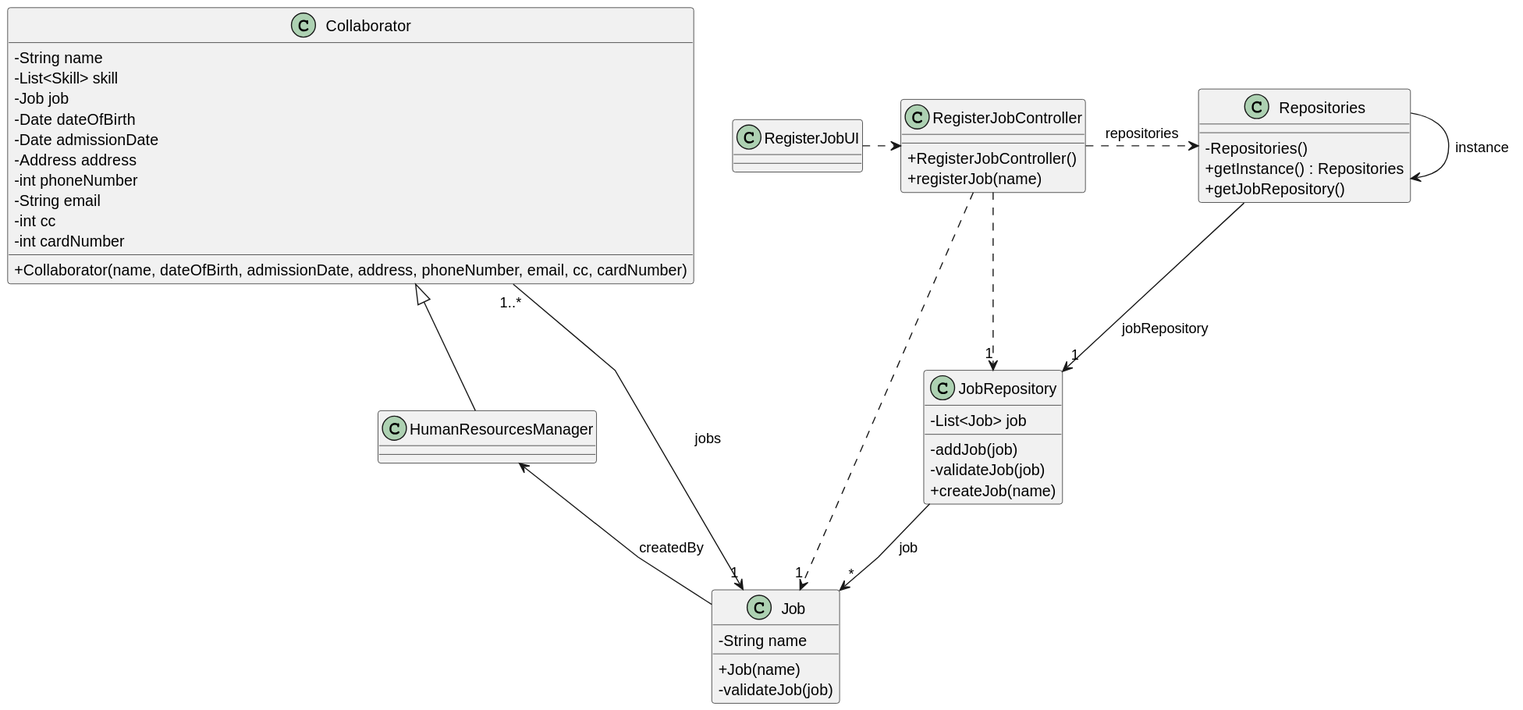
This is docs/sprint2/us02/03.design/svg/us02-class-diagram.svg from Departamento-de-Engenharia-Informatica/lei-24-s2-1db-g022, a PlantUML export, as it was before one commit.
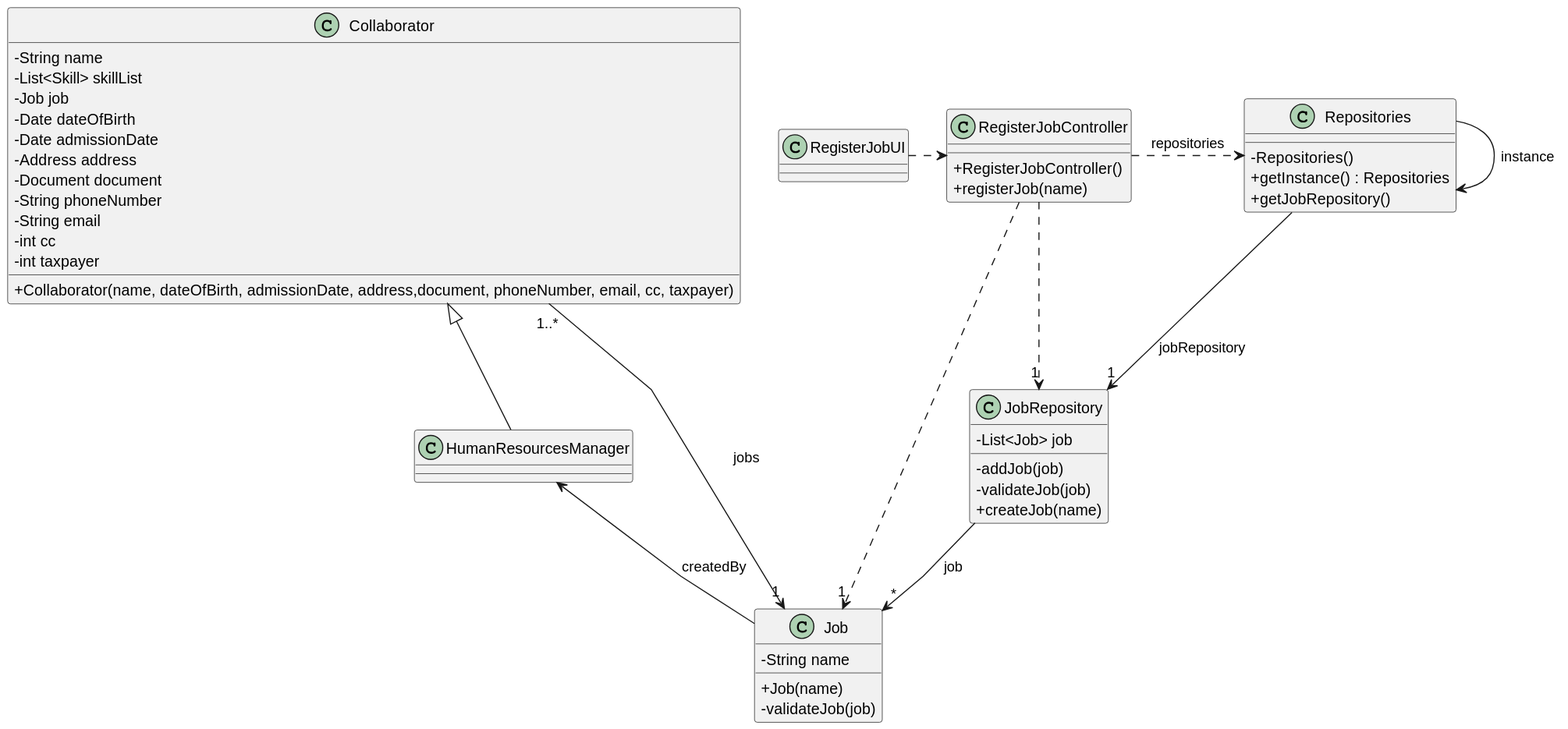
The same file after the commit.

Commit message:
correction class diagram of US01, US02 ,US05 and US06 svg image creation for the same US's

What changed in the source:
```diff
@@ -24,17 +24,18 @@
 
 class Collaborator {
     -String name
-    -List<Skill> skill
+    -List<Skill> skillList
     -Job job
     -Date dateOfBirth
     -Date admissionDate
     -Address address
-    -int phoneNumber
+    -Document document
+    -String phoneNumber
     -String email
     -int cc
-    -int cardNumber
+    -int taxpayer
 
-    +Collaborator(name, dateOfBirth, admissionDate, address, phoneNumber, email, cc, cardNumber)
+    + Collaborator(name, dateOfBirth, admissionDate, address,document, phoneNumber, email, cc, taxpayer)
 }
 
 class HumanResourcesManager {
```
